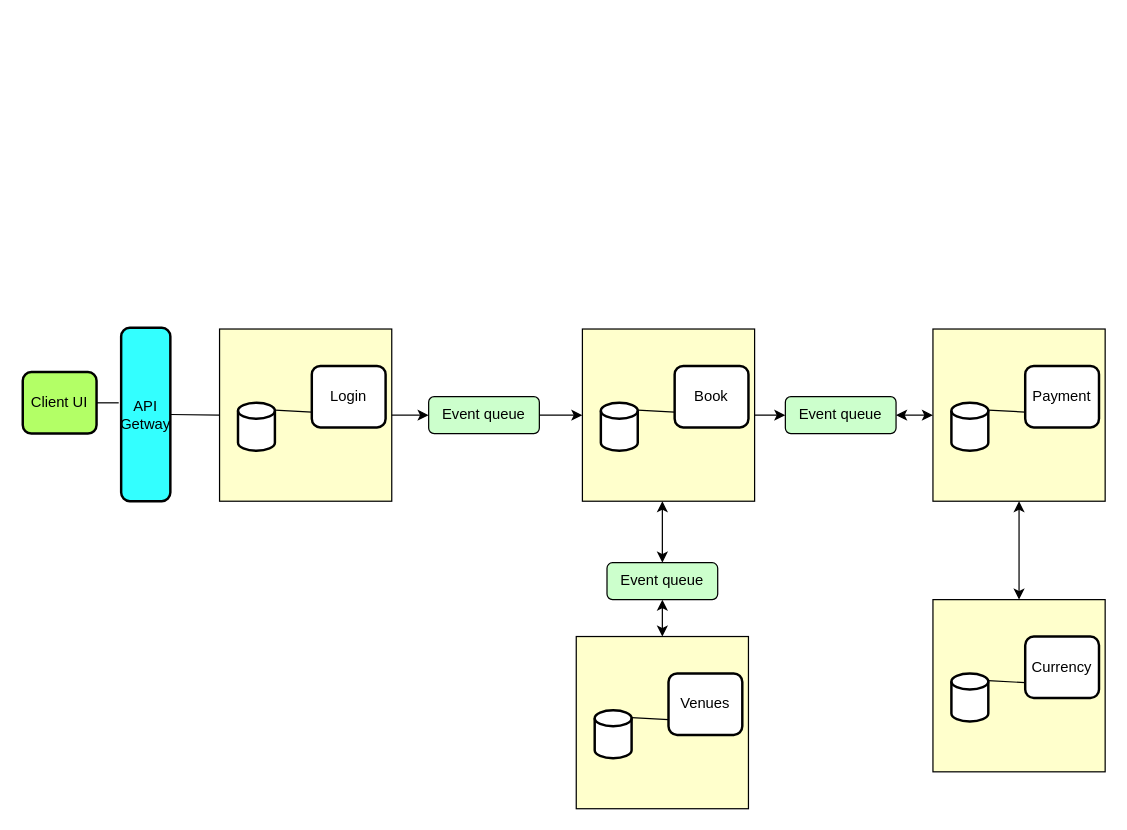
Earlier version of the draw.io diagram MovieBook.drawio (xjxiaosg/microservices-task-1). Source tidied: cells renumbered, new cells numbered last; positions are measured from the earlier drawing's top-left corner, leaving out a move shared by most shapes. Both pictures are drawn from the tidied source at 123%, with x=0, y=0 at pixel (22, 327).
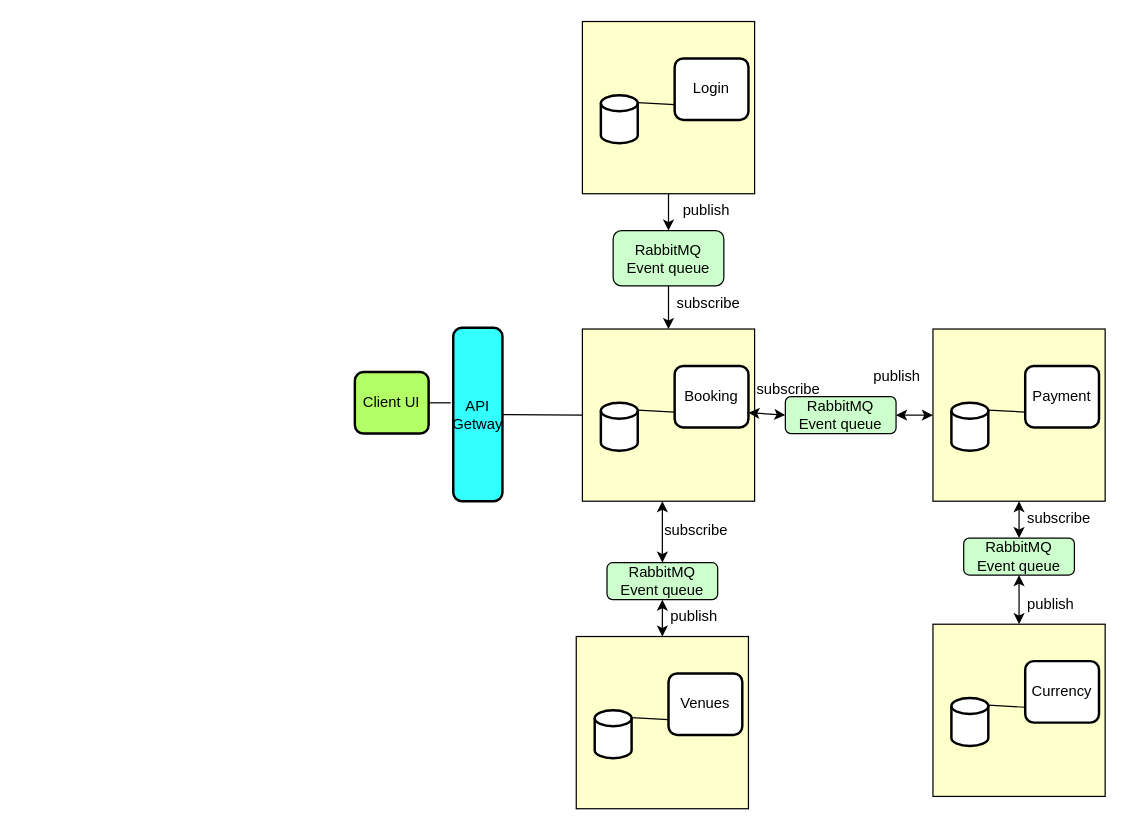
After the change.

The change refers to these unchanged cells:
```xml
<mxCell id="7" style="whiteSpace=wrap;html=1;fillColor=#FFFFCC;" parent="1" vertex="1">
  <mxGeometry x="455" y="1" width="140" height="140" as="geometry" />
</mxCell>
<mxCell id="11" style="whiteSpace=wrap;html=1;fillColor=#FFFFCC;" parent="1" vertex="1">
  <mxGeometry x="740" y="1" width="140" height="140" as="geometry" />
</mxCell>
```

What changed in the source:
```diff
@@
     <mxCell id="2" style="whiteSpace=wrap;html=1;fillColor=#FFFFCC;" parent="1" vertex="1">
-      <mxGeometry x="160" y="1" width="140" height="140" as="geometry" />
+      <mxGeometry x="455" y="-249" width="140" height="140" as="geometry" />
     </mxCell>
     <mxCell id="3" value="Login" style="rounded=1;whiteSpace=wrap;html=1;absoluteArcSize=1;arcSize=14;strokeWidth=2;" parent="1" vertex="1">
-      <mxGeometry x="235" y="31" width="60" height="50" as="geometry" />
+      <mxGeometry x="530" y="-219" width="60" height="50" as="geometry" />
     </mxCell>
     <mxCell id="4" style="strokeWidth=2;html=1;shape=mxgraph.flowchart.database;whiteSpace=wrap;" parent="1" vertex="1">
-      <mxGeometry x="175" y="61" width="30" height="39" as="geometry" />
+      <mxGeometry x="470" y="-189" width="30" height="39" as="geometry" />
     </mxCell>
@@
-    <mxCell id="6" style="edgeStyle=orthogonalEdgeStyle;rounded=0;jettySize=auto;html=1;" parent="1" edge="1" source="7" target="24">
-      <mxGeometry relative="1" as="geometry" />
-    </mxCell>
@@
-    <mxCell id="8" value="Book" style="rounded=1;whiteSpace=wrap;html=1;absoluteArcSize=1;arcSize=14;strokeWidth=2;" parent="1" vertex="1">
+    <mxCell id="8" value="Booking" style="rounded=1;whiteSpace=wrap;html=1;absoluteArcSize=1;arcSize=14;strokeWidth=2;" parent="1" vertex="1">
       <mxGeometry x="530" y="31" width="60" height="50" as="geometry" />
     </mxCell>
@@
     <mxCell id="19" style="whiteSpace=wrap;html=1;fillColor=#FFFFCC;" parent="1" vertex="1">
-      <mxGeometry x="740" y="221" width="140" height="140" as="geometry" />
+      <mxGeometry x="740" y="241" width="140" height="140" as="geometry" />
     </mxCell>
     <mxCell id="20" value="Currency" style="rounded=1;whiteSpace=wrap;html=1;absoluteArcSize=1;arcSize=14;strokeWidth=2;" parent="1" vertex="1">
-      <mxGeometry x="815" y="251" width="60" height="50" as="geometry" />
+      <mxGeometry x="815" y="271" width="60" height="50" as="geometry" />
     </mxCell>
     <mxCell id="21" style="strokeWidth=2;html=1;shape=mxgraph.flowchart.database;whiteSpace=wrap;" parent="1" vertex="1">
-      <mxGeometry x="755" y="281" width="30" height="39" as="geometry" />
+      <mxGeometry x="755" y="301" width="30" height="39" as="geometry" />
     </mxCell>
@@
-    <mxCell id="23" value="Event queue" style="rounded=1;whiteSpace=wrap;html=1;fillColor=#CCFFCC;" parent="1" vertex="1">
-      <mxGeometry x="330" y="56" width="90" height="30" as="geometry" />
+    <mxCell id="23" value="RabbitMQ&lt;br&gt;Event queue" style="rounded=1;whiteSpace=wrap;html=1;fillColor=#CCFFCC;" parent="1" vertex="1">
+      <mxGeometry x="480" y="-79" width="90" height="45" as="geometry" />
     </mxCell>
-    <mxCell id="24" value="Event queue" style="rounded=1;whiteSpace=wrap;html=1;fillColor=#CCFFCC;" parent="1" vertex="1">
+    <mxCell id="24" value="RabbitMQ&lt;br&gt;Event queue" style="rounded=1;whiteSpace=wrap;html=1;fillColor=#CCFFCC;" parent="1" vertex="1">
       <mxGeometry x="620" y="56" width="90" height="30" as="geometry" />
     </mxCell>
-    <mxCell id="25" value="Event queue" style="rounded=1;whiteSpace=wrap;html=1;fillColor=#CCFFCC;" parent="1" vertex="1">
+    <mxCell id="25" value="RabbitMQ&lt;br&gt;Event queue" style="rounded=1;whiteSpace=wrap;html=1;fillColor=#CCFFCC;" parent="1" vertex="1">
       <mxGeometry x="475" y="191" width="90" height="30" as="geometry" />
     </mxCell>
-    <mxCell id="26" style="endArrow=classic;html=1;entryX=0;entryY=0.5;entryDx=0;entryDy=0;exitX=1;exitY=0.5;exitDx=0;exitDy=0;" parent="1" edge="1" source="2" target="23">
-      <mxGeometry relative="1" as="geometry" />
+    <mxCell id="26" style="endArrow=classic;html=1;exitX=0.5;exitY=1;exitDx=0;exitDy=0;" parent="1" edge="1" source="2">
+      <mxGeometry relative="1" as="geometry">
+        <mxPoint x="525" y="-79" as="targetPoint" />
+      </mxGeometry>
     </mxCell>
-    <mxCell id="27" style="endArrow=classic;html=1;entryX=0;entryY=0.5;entryDx=0;entryDy=0;exitX=1;exitY=0.5;exitDx=0;exitDy=0;" parent="1" edge="1" source="23" target="7">
+    <mxCell id="27" style="endArrow=classic;html=1;entryX=0.5;entryY=0;entryDx=0;entryDy=0;exitX=0.5;exitY=1;exitDx=0;exitDy=0;" parent="1" edge="1" source="23" target="7">
       <mxGeometry relative="1" as="geometry" />
     </mxCell>
@@
-    <mxCell id="29" style="endArrow=classic;startArrow=classic;html=1;entryX=0.5;entryY=1;entryDx=0;entryDy=0;exitX=0.5;exitY=0;exitDx=0;exitDy=0;" parent="1" edge="1" source="19" target="11">
+    <mxCell id="29" style="endArrow=classic;startArrow=classic;html=1;entryX=0.5;entryY=1;entryDx=0;entryDy=0;exitX=0.5;exitY=0;exitDx=0;exitDy=0;" parent="1" edge="1" source="42" target="11">
       <mxGeometry relative="1" as="geometry" />
     </mxCell>
@@
     <mxCell id="32" value="Client UI" style="rounded=1;whiteSpace=wrap;html=1;absoluteArcSize=1;arcSize=14;strokeWidth=2;fillColor=#B3FF66;" parent="1" vertex="1">
-      <mxGeometry y="36" width="60" height="50" as="geometry" />
+      <mxGeometry x="270" y="36" width="60" height="50" as="geometry" />
     </mxCell>
     <mxCell id="33" value="API Getway" style="rounded=1;whiteSpace=wrap;html=1;absoluteArcSize=1;arcSize=14;strokeWidth=2;fillColor=#33FFFF;" parent="1" vertex="1">
-      <mxGeometry x="80" width="40" height="141" as="geometry" />
+      <mxGeometry x="350" width="40" height="141" as="geometry" />
     </mxCell>
     <mxCell id="34" style="endArrow=none;html=1;exitX=1;exitY=0.5;exitDx=0;exitDy=0;" parent="1" edge="1" source="32">
       <mxGeometry relative="1" as="geometry">
-        <mxPoint x="78" y="61" as="targetPoint" />
+        <mxPoint x="348" y="61" as="targetPoint" />
       </mxGeometry>
     </mxCell>
-    <mxCell id="35" style="endArrow=none;html=1;exitX=1;exitY=0.5;exitDx=0;exitDy=0;entryX=0;entryY=0.5;entryDx=0;entryDy=0;" parent="1" edge="1" source="33" target="2">
+    <mxCell id="35" style="endArrow=none;html=1;exitX=1;exitY=0.5;exitDx=0;exitDy=0;entryX=0;entryY=0.5;entryDx=0;entryDy=0;" parent="1" edge="1" source="33" target="7">
       <mxGeometry relative="1" as="geometry" />
     </mxCell>
+    <mxCell id="36" value="subscribe" style="text;whiteSpace=wrap;html=1;" parent="1" vertex="1">
+      <mxGeometry x="530" y="-34" width="60" height="30" as="geometry" />
+    </mxCell>
+    <mxCell id="37" value="publish" style="text;whiteSpace=wrap;html=1;" parent="1" vertex="1">
+      <mxGeometry x="535" y="-109" width="60" height="30" as="geometry" />
+    </mxCell>
+    <mxCell id="38" value="publish" style="text;whiteSpace=wrap;html=1;" parent="1" vertex="1">
+      <mxGeometry x="690" y="26" width="60" height="30" as="geometry" />
+    </mxCell>
+    <mxCell id="39" style="endArrow=classic;startArrow=classic;html=1;exitX=0;exitY=0.5;exitDx=0;exitDy=0;entryX=1;entryY=0.76;entryDx=0;entryDy=0;entryPerimeter=0;" parent="1" edge="1" source="24" target="8">
+      <mxGeometry relative="1" as="geometry" />
+    </mxCell>
+    <mxCell id="40" value="subscribe" style="text;whiteSpace=wrap;html=1;" parent="1" vertex="1">
+      <mxGeometry x="595" y="36" width="60" height="30" as="geometry" />
+    </mxCell>
+    <mxCell id="41" value="subscribe" style="text;whiteSpace=wrap;html=1;" parent="1" vertex="1">
+      <mxGeometry x="520" y="151" width="60" height="30" as="geometry" />
+    </mxCell>
+    <mxCell id="42" value="RabbitMQ&lt;br&gt;Event queue" style="rounded=1;whiteSpace=wrap;html=1;fillColor=#CCFFCC;" parent="1" vertex="1">
+      <mxGeometry x="765" y="171" width="90" height="30" as="geometry" />
+    </mxCell>
+    <mxCell id="43" style="endArrow=classic;startArrow=classic;html=1;exitX=0.5;exitY=0;exitDx=0;exitDy=0;" parent="1" edge="1" source="19">
+      <mxGeometry relative="1" as="geometry">
+        <mxPoint x="810" y="201" as="targetPoint" />
+      </mxGeometry>
+    </mxCell>
+    <mxCell id="44" value="subscribe" style="text;whiteSpace=wrap;html=1;" parent="1" vertex="1">
+      <mxGeometry x="815" y="141" width="60" height="30" as="geometry" />
+    </mxCell>
+    <mxCell id="45" value="publish" style="text;whiteSpace=wrap;html=1;" parent="1" vertex="1">
+      <mxGeometry x="815" y="211" width="60" height="30" as="geometry" />
+    </mxCell>
+    <mxCell id="46" value="publish" style="text;whiteSpace=wrap;html=1;" parent="1" vertex="1">
+      <mxGeometry x="525" y="221" width="60" height="30" as="geometry" />
+    </mxCell>
```
